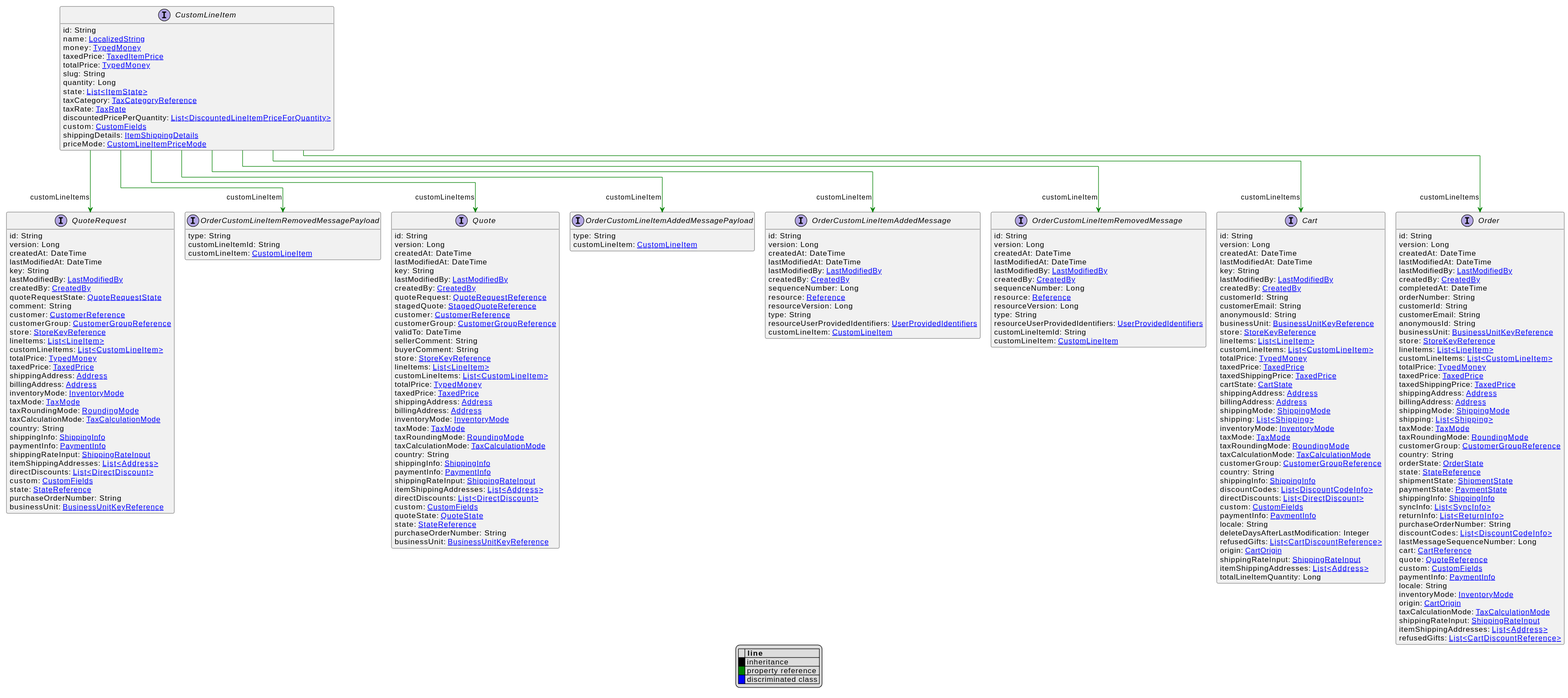
Earlier version of the PlantUML export uml/api/svg/CustomLineItem.svg (commercetools/commercetools-api-reference).
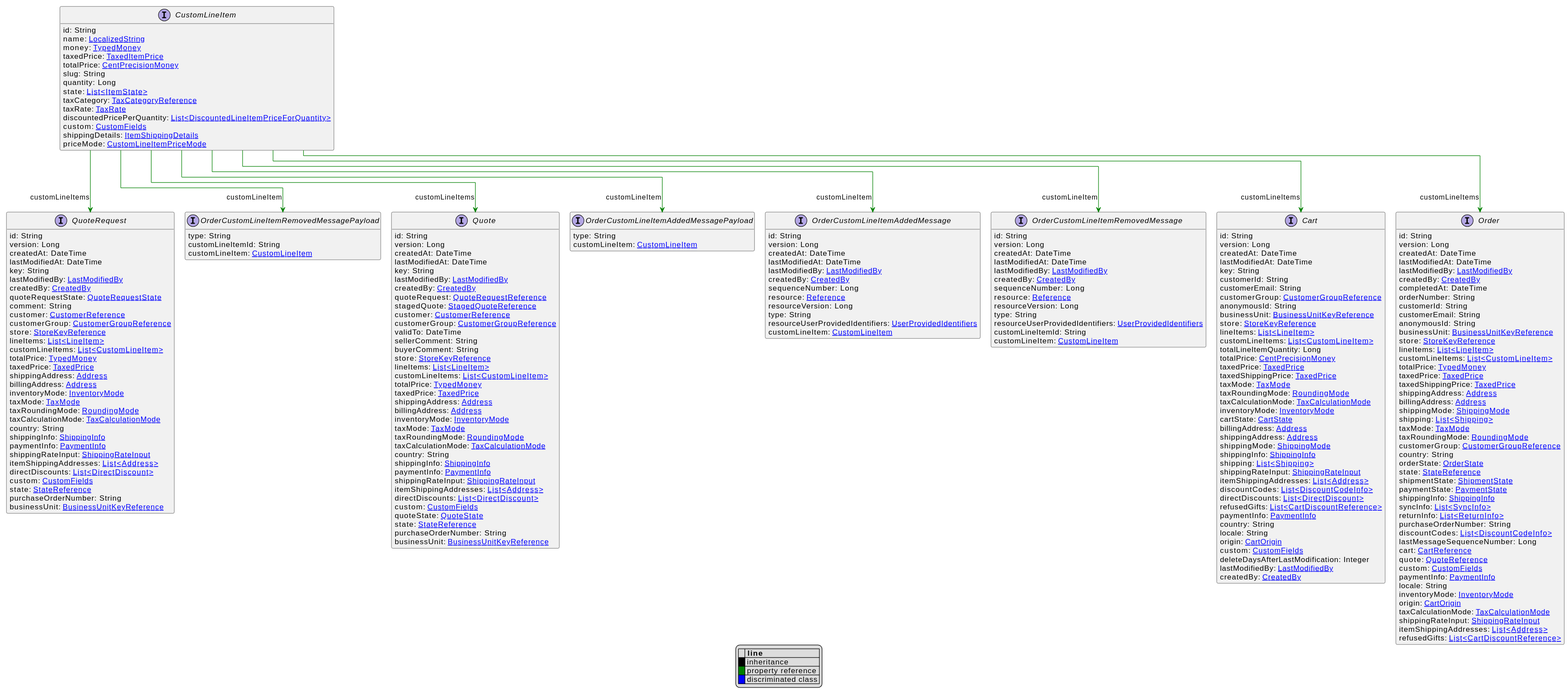
After the change.

The edit, as a diff of the source:
```diff
@@ -13,7 +13,7 @@
     name: [[LocalizedString.svg LocalizedString]]
     money: [[TypedMoney.svg TypedMoney]]
     taxedPrice: [[TaxedItemPrice.svg TaxedItemPrice]]
-    totalPrice: [[TypedMoney.svg TypedMoney]]
+    totalPrice: [[CentPrecisionMoney.svg CentPrecisionMoney]]
     slug: String
     quantity: Long
     state: [[ItemState.svg List<ItemState>]]
@@ -33,41 +33,41 @@
     createdAt: DateTime
     lastModifiedAt: DateTime
     key: String
-    lastModifiedBy: [[LastModifiedBy.svg LastModifiedBy]]
-    createdBy: [[CreatedBy.svg CreatedBy]]
     customerId: String
     customerEmail: String
+    customerGroup: [[CustomerGroupReference.svg CustomerGroupReference]]
     anonymousId: String
     businessUnit: [[BusinessUnitKeyReference.svg BusinessUnitKeyReference]]
     store: [[StoreKeyReference.svg StoreKeyReference]]
     lineItems: [[LineItem.svg List<LineItem>]]
     customLineItems: [[CustomLineItem.svg List<CustomLineItem>]]
-    totalPrice: [[TypedMoney.svg TypedMoney]]
+    totalLineItemQuantity: Long
+    totalPrice: [[CentPrecisionMoney.svg CentPrecisionMoney]]
     taxedPrice: [[TaxedPrice.svg TaxedPrice]]
     taxedShippingPrice: [[TaxedPrice.svg TaxedPrice]]
-    cartState: [[CartState.svg CartState]]
-    shippingAddress: [[Address.svg Address]]
-    billingAddress: [[Address.svg Address]]
-    shippingMode: [[ShippingMode.svg ShippingMode]]
-    shipping: [[Shipping.svg List<Shipping>]]
-    inventoryMode: [[InventoryMode.svg InventoryMode]]
     taxMode: [[TaxMode.svg TaxMode]]
     taxRoundingMode: [[RoundingMode.svg RoundingMode]]
     taxCalculationMode: [[TaxCalculationMode.svg TaxCalculationMode]]
-    customerGroup: [[CustomerGroupReference.svg CustomerGroupReference]]
-    country: String
+    inventoryMode: [[InventoryMode.svg InventoryMode]]
+    cartState: [[CartState.svg CartState]]
+    billingAddress: [[Address.svg Address]]
+    shippingAddress: [[Address.svg Address]]
+    shippingMode: [[ShippingMode.svg ShippingMode]]
     shippingInfo: [[ShippingInfo.svg ShippingInfo]]
+    shipping: [[Shipping.svg List<Shipping>]]
+    shippingRateInput: [[ShippingRateInput.svg ShippingRateInput]]
+    itemShippingAddresses: [[Address.svg List<Address>]]
     discountCodes: [[DiscountCodeInfo.svg List<DiscountCodeInfo>]]
     directDiscounts: [[DirectDiscount.svg List<DirectDiscount>]]
+    refusedGifts: [[CartDiscountReference.svg List<CartDiscountReference>]]
+    paymentInfo: [[PaymentInfo.svg PaymentInfo]]
+    country: String
+    locale: String
+    origin: [[CartOrigin.svg CartOrigin]]
     custom: [[CustomFields.svg CustomFields]]
-    paymentInfo: [[PaymentInfo.svg PaymentInfo]]
-    locale: String
     deleteDaysAfterLastModification: Integer
-    refusedGifts: [[CartDiscountReference.svg List<CartDiscountReference>]]
-    origin: [[CartOrigin.svg CartOrigin]]
-    shippingRateInput: [[ShippingRateInput.svg ShippingRateInput]]
-    itemShippingAddresses: [[Address.svg List<Address>]]
-    totalLineItemQuantity: Long
+    lastModifiedBy: [[LastModifiedBy.svg LastModifiedBy]]
+    createdBy: [[CreatedBy.svg CreatedBy]]
 }
 interface Order [[Order.svg]]  {
     id: String
```
